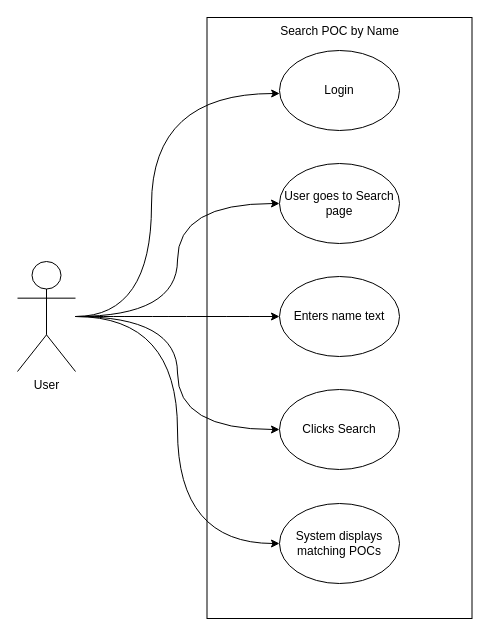
Before: page "uc.search.by.name.poc" (11 of 31) of architecture/poc-tracker/01.overall.architecture.drawio in codegik/team-red, a draw.io diagram. Source tidied: cells renumbered, new cells numbered last; positions are measured from the earlier drawing's top-left corner, leaving out a move shared by most shapes. Both pictures are drawn from the tidied source at 100%, with x=0, y=0 at pixel (17, 17).
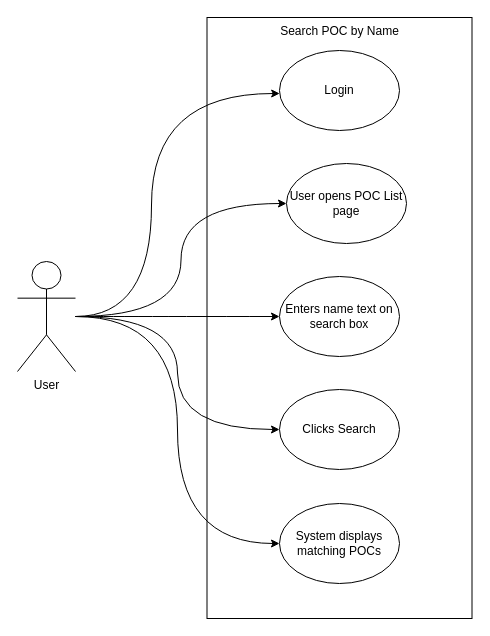
Above is the later version.

The edit, as a diff of the source:
```diff
@@
 <mxGraphModel>
   <root>
     <mxCell id="0" />
     <mxCell id="1" parent="0" />
     <mxCell id="2" value="Search POC by Name" style="rounded=0;whiteSpace=wrap;html=1;verticalAlign=top;" parent="1" vertex="1">
       <mxGeometry x="189.5" width="265" height="601" as="geometry" />
     </mxCell>
-    <mxCell id="3" style="edgeStyle=orthogonalEdgeStyle;rounded=0;jettySize=auto;html=1;entryX=0;entryY=0.5;entryDx=0;entryDy=0;curved=1;" parent="1" edge="1" source="4" target="5">
+    <mxCell id="3" style="edgeStyle=orthogonalEdgeStyle;rounded=0;jettySize=auto;html=1;entryX=0;entryY=0.5;entryDx=0;entryDy=0;curved=1;" parent="1" edge="1" source="4" target="14">
       <mxGeometry relative="1" as="geometry" />
     </mxCell>
     <mxCell id="4" value="User" style="shape=umlActor;verticalLabelPosition=bottom;verticalAlign=top;html=1;outlineConnect=0;" parent="1" vertex="1">
       <mxGeometry y="244" width="58" height="110" as="geometry" />
     </mxCell>
-    <mxCell id="5" value="User goes to Search page" style="ellipse;whiteSpace=wrap;html=1;" parent="1" vertex="1">
-      <mxGeometry x="262" y="146" width="120" height="80" as="geometry" />
-    </mxCell>
-    <mxCell id="6" value="Enters name text" style="ellipse;whiteSpace=wrap;html=1;" parent="1" vertex="1">
+    <mxCell id="6" value="Enters name text on search box" style="ellipse;whiteSpace=wrap;html=1;" parent="1" vertex="1">
       <mxGeometry x="262" y="259" width="120" height="80" as="geometry" />
     </mxCell>
     <mxCell id="7" value="Clicks Search" style="ellipse;whiteSpace=wrap;html=1;" parent="1" vertex="1">
       <mxGeometry x="262" y="372" width="120" height="80" as="geometry" />
     </mxCell>
     <mxCell id="8" style="edgeStyle=orthogonalEdgeStyle;rounded=0;jettySize=auto;html=1;entryX=0;entryY=0.5;entryDx=0;entryDy=0;curved=1;" parent="1" edge="1" source="4" target="6">
       <mxGeometry relative="1" as="geometry" />
     </mxCell>
     <mxCell id="9" style="edgeStyle=orthogonalEdgeStyle;rounded=0;jettySize=auto;html=1;entryX=0;entryY=0.5;entryDx=0;entryDy=0;curved=1;" parent="1" edge="1" source="4" target="7">
       <mxGeometry relative="1" as="geometry" />
     </mxCell>
     <mxCell id="10" value="Login" style="ellipse;whiteSpace=wrap;html=1;" parent="1" vertex="1">
       <mxGeometry x="262" y="33" width="120" height="80" as="geometry" />
     </mxCell>
     <mxCell id="11" style="edgeStyle=orthogonalEdgeStyle;rounded=0;jettySize=auto;html=1;curved=1;strokeColor=default;" parent="1" edge="1" source="4" target="10">
       <mxGeometry relative="1" as="geometry">
         <Array as="points">
           <mxPoint x="134" y="299" />
           <mxPoint x="134" y="76" />
         </Array>
       </mxGeometry>
     </mxCell>
     <mxCell id="12" value="System displays matching POCs" style="ellipse;whiteSpace=wrap;html=1;" parent="1" vertex="1">
       <mxGeometry x="262" y="486" width="120" height="80" as="geometry" />
     </mxCell>
     <mxCell id="13" style="edgeStyle=orthogonalEdgeStyle;rounded=0;jettySize=auto;html=1;entryX=0;entryY=0.5;entryDx=0;entryDy=0;curved=1;" parent="1" edge="1" source="4" target="12">
       <mxGeometry relative="1" as="geometry" />
     </mxCell>
+    <mxCell id="14" value="User opens POC List page" style="ellipse;whiteSpace=wrap;html=1;" parent="1" vertex="1">
+      <mxGeometry x="269" y="146" width="120" height="80" as="geometry" />
+    </mxCell>
   </root>
 </mxGraphModel>
```
